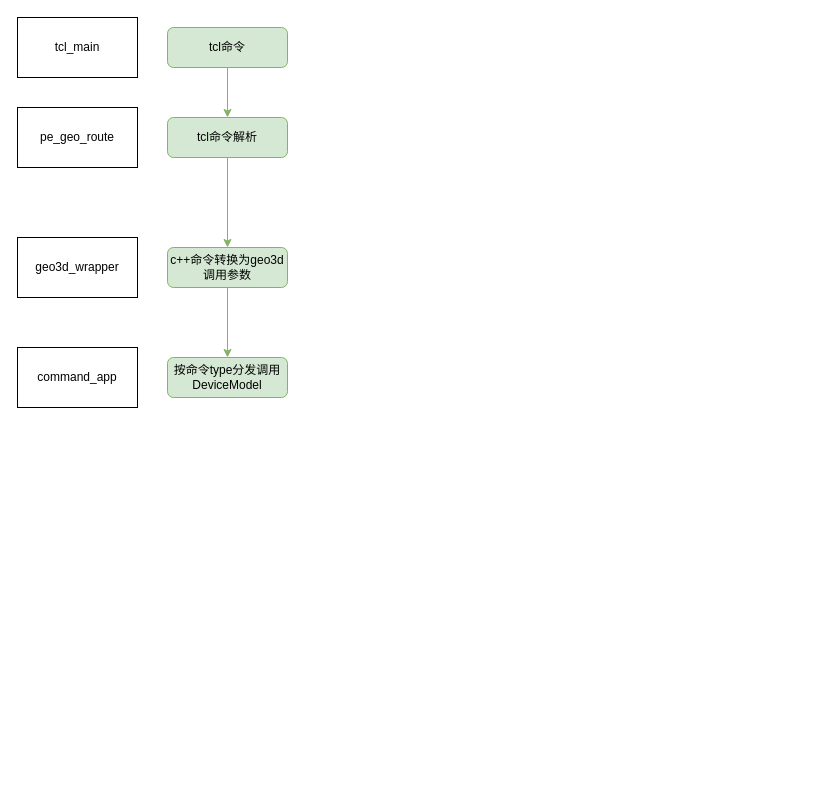
The draw.io diagram geo3d.drawio in FicmillaR/drawio, before the edit. Source tidied: cells renumbered, new cells numbered last; positions are measured from the earlier drawing's top-left corner, leaving out a move shared by most shapes. Both pictures are drawn from the tidied source at 100%, with x=0, y=0 at pixel (17, 17).
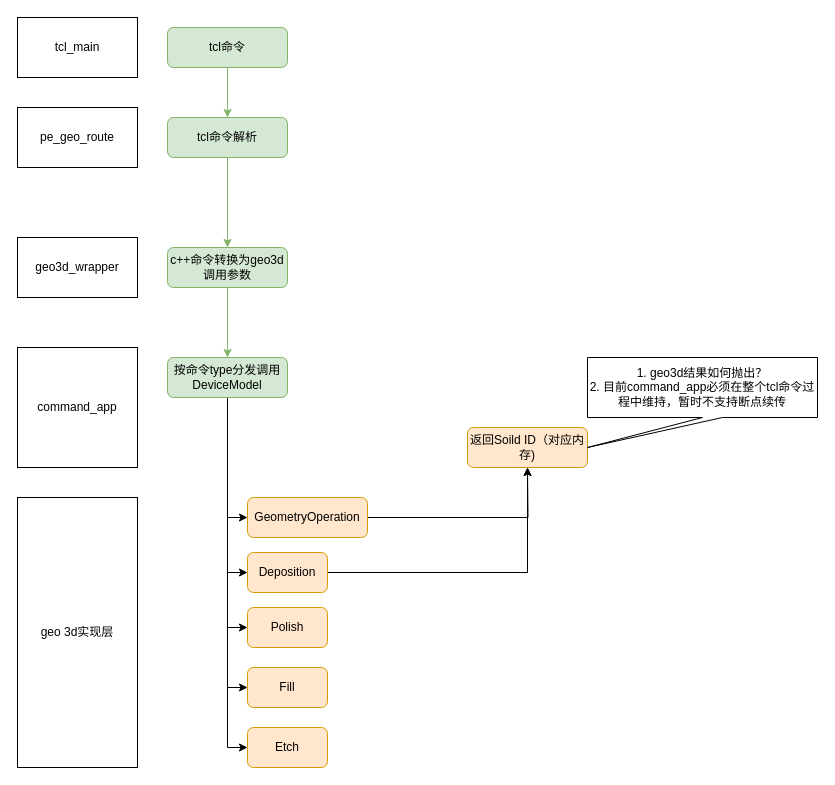
After the change.

Unchanged cells that the change refers to:
```xml
<mxCell id="12" value="按命令type分发调用DeviceModel" style="rounded=1;whiteSpace=wrap;html=1;fontSize=12;glass=0;strokeWidth=1;shadow=0;fillColor=#d5e8d4;strokeColor=#82b366;" parent="1" vertex="1">
  <mxGeometry x="150" y="340" width="120" height="40" as="geometry" />
</mxCell>
```

What changed in the source:
```diff
@@
     <mxCell id="11" value="command_app" style="rounded=0;whiteSpace=wrap;html=1;" parent="1" vertex="1">
-      <mxGeometry y="330" width="120" height="60" as="geometry" />
+      <mxGeometry y="330" width="120" height="120" as="geometry" />
     </mxCell>
+    <mxCell id="13" style="edgeStyle=orthogonalEdgeStyle;rounded=0;jettySize=auto;html=1;entryX=0;entryY=0.5;entryDx=0;entryDy=0;" parent="1" edge="1" source="12" target="21">
+      <mxGeometry relative="1" as="geometry" />
+    </mxCell>
+    <mxCell id="14" style="edgeStyle=orthogonalEdgeStyle;rounded=0;jettySize=auto;html=1;entryX=0;entryY=0.5;entryDx=0;entryDy=0;" parent="1" edge="1" source="12" target="23">
+      <mxGeometry relative="1" as="geometry" />
+    </mxCell>
+    <mxCell id="15" style="edgeStyle=orthogonalEdgeStyle;rounded=0;jettySize=auto;html=1;exitX=0.5;exitY=1;exitDx=0;exitDy=0;entryX=0;entryY=0.5;entryDx=0;entryDy=0;" parent="1" edge="1" source="12" target="24">
+      <mxGeometry relative="1" as="geometry" />
+    </mxCell>
+    <mxCell id="16" style="edgeStyle=orthogonalEdgeStyle;rounded=0;jettySize=auto;html=1;entryX=0;entryY=0.5;entryDx=0;entryDy=0;" parent="1" edge="1" source="12" target="25">
+      <mxGeometry relative="1" as="geometry" />
+    </mxCell>
+    <mxCell id="17" style="edgeStyle=orthogonalEdgeStyle;rounded=0;jettySize=auto;html=1;entryX=0;entryY=0.5;entryDx=0;entryDy=0;" parent="1" edge="1" source="12" target="26">
+      <mxGeometry relative="1" as="geometry" />
+    </mxCell>
@@
+    <mxCell id="18" value="返回Soild ID（对应内存)" style="rounded=1;whiteSpace=wrap;html=1;fontSize=12;glass=0;strokeWidth=1;shadow=0;fillColor=#ffe6cc;strokeColor=#d79b00;" parent="1" vertex="1">
+      <mxGeometry x="450" y="410" width="120" height="40" as="geometry" />
+    </mxCell>
+    <mxCell id="19" value="1. geo3d结果如何抛出？&lt;br&gt;2. 目前command_app必须在整个tcl命令过程中维持，暂时不支持断点续传" style="shape=callout;whiteSpace=wrap;html=1;perimeter=calloutPerimeter;position2=0;" parent="1" vertex="1">
+      <mxGeometry x="570" y="340" width="230" height="90" as="geometry" />
+    </mxCell>
+    <mxCell id="20" style="edgeStyle=orthogonalEdgeStyle;rounded=0;jettySize=auto;html=1;" parent="1" edge="1" source="21">
+      <mxGeometry relative="1" as="geometry">
+        <mxPoint x="510" y="450" as="targetPoint" />
+      </mxGeometry>
+    </mxCell>
+    <mxCell id="21" value="GeometryOperation" style="rounded=1;whiteSpace=wrap;html=1;fillColor=#ffe6cc;strokeColor=#d79b00;" parent="1" vertex="1">
+      <mxGeometry x="230" y="480" width="120" height="40" as="geometry" />
+    </mxCell>
+    <mxCell id="22" style="edgeStyle=orthogonalEdgeStyle;rounded=0;jettySize=auto;html=1;entryX=0.5;entryY=1;entryDx=0;entryDy=0;" parent="1" edge="1" source="23" target="18">
+      <mxGeometry relative="1" as="geometry" />
+    </mxCell>
+    <mxCell id="23" value="Deposition" style="rounded=1;whiteSpace=wrap;html=1;fillColor=#ffe6cc;strokeColor=#d79b00;" parent="1" vertex="1">
+      <mxGeometry x="230" y="535" width="80" height="40" as="geometry" />
+    </mxCell>
+    <mxCell id="24" value="Polish" style="rounded=1;whiteSpace=wrap;html=1;fillColor=#ffe6cc;strokeColor=#d79b00;" parent="1" vertex="1">
+      <mxGeometry x="230" y="590" width="80" height="40" as="geometry" />
+    </mxCell>
+    <mxCell id="25" value="Fill" style="rounded=1;whiteSpace=wrap;html=1;fillColor=#ffe6cc;strokeColor=#d79b00;" parent="1" vertex="1">
+      <mxGeometry x="230" y="650" width="80" height="40" as="geometry" />
+    </mxCell>
+    <mxCell id="26" value="Etch" style="rounded=1;whiteSpace=wrap;html=1;fillColor=#ffe6cc;strokeColor=#d79b00;" parent="1" vertex="1">
+      <mxGeometry x="230" y="710" width="80" height="40" as="geometry" />
+    </mxCell>
+    <mxCell id="27" value="geo 3d实现层" style="rounded=0;whiteSpace=wrap;html=1;" parent="1" vertex="1">
+      <mxGeometry y="480" width="120" height="270" as="geometry" />
+    </mxCell>
```
